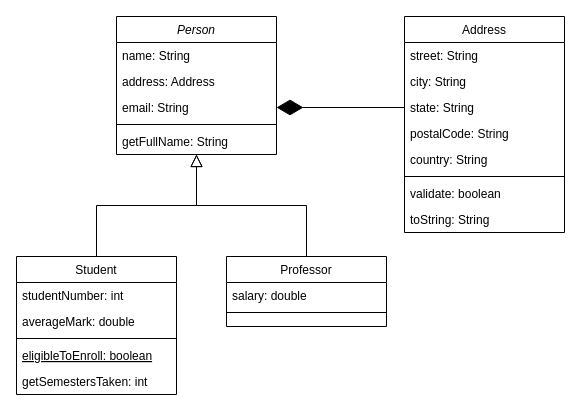
Earlier version of the draw.io diagram simple_class_diagram.drawio (JanitSri/JavaCodeGenerator). Source tidied: cells renumbered, new cells numbered last; positions are measured from the earlier drawing's top-left corner, leaving out a move shared by most shapes. Both pictures are drawn from the tidied source at 100%, with x=0, y=0 at pixel (16, 16).
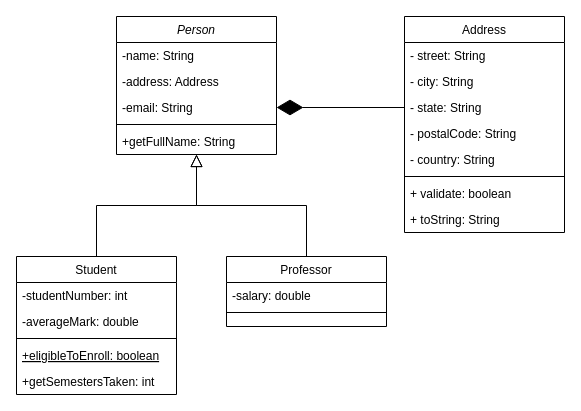
Above is the later version.

Commit message (it also covers changes not shown here):
added the syntax tree parser; class, properties and methods

Unchanged cells that the change refers to:
```xml
<mxCell id="2" value="Person" style="swimlane;fontStyle=2;align=center;verticalAlign=top;horizontal=1;startSize=26;rounded=0;shadow=0;strokeWidth=1;" parent="1" vertex="1">
  <mxGeometry x="100" width="160" height="138" as="geometry" />
</mxCell>
<mxCell id="8" value="Student" style="swimlane;fontStyle=0;align=center;verticalAlign=top;horizontal=1;startSize=26;rounded=0;shadow=0;strokeWidth=1;" parent="1" vertex="1">
  <mxGeometry y="240" width="160" height="138" as="geometry" />
</mxCell>
<mxCell id="15" value="Professor" style="swimlane;fontStyle=0;align=center;verticalAlign=top;horizontal=1;startSize=26;rounded=0;shadow=0;strokeWidth=1;" parent="1" vertex="1">
  <mxGeometry x="210" y="240" width="160" height="70" as="geometry" />
</mxCell>
<mxCell id="19" value="Address" style="swimlane;fontStyle=0;align=center;verticalAlign=top;horizontal=1;startSize=26;rounded=0;shadow=0;strokeWidth=1;" parent="1" vertex="1">
  <mxGeometry x="388" width="160" height="216" as="geometry" />
</mxCell>
```

Diff of the diagram source:
```diff
@@
-    <mxCell id="3" value="name: String" style="text;align=left;verticalAlign=top;spacingLeft=4;spacingRight=4;overflow=hidden;" parent="2" vertex="1">
+    <mxCell id="3" value="-name: String" style="text;align=left;verticalAlign=top;spacingLeft=4;spacingRight=4;overflow=hidden;" parent="2" vertex="1">
       <mxGeometry y="26" width="160" height="26" as="geometry" />
     </mxCell>
-    <mxCell id="4" value="address: Address" style="text;align=left;verticalAlign=top;spacingLeft=4;spacingRight=4;overflow=hidden;rounded=0;shadow=0;html=0;" parent="2" vertex="1">
+    <mxCell id="4" value="-address: Address" style="text;align=left;verticalAlign=top;spacingLeft=4;spacingRight=4;overflow=hidden;rounded=0;shadow=0;html=0;" parent="2" vertex="1">
       <mxGeometry y="52" width="160" height="26" as="geometry" />
     </mxCell>
-    <mxCell id="5" value="email: String" style="text;align=left;verticalAlign=top;spacingLeft=4;spacingRight=4;overflow=hidden;points=[[0,0.5],[1,0.5]];portConstraint=eastwest;rounded=0;shadow=0;html=0;" parent="2" vertex="1">
+    <mxCell id="5" value="-email: String" style="text;align=left;verticalAlign=top;spacingLeft=4;spacingRight=4;overflow=hidden;points=[[0,0.5],[1,0.5]];portConstraint=eastwest;rounded=0;shadow=0;html=0;" parent="2" vertex="1">
       <mxGeometry y="78" width="160" height="26" as="geometry" />
     </mxCell>
@@
-    <mxCell id="7" value="getFullName: String" style="text;align=left;verticalAlign=top;spacingLeft=4;spacingRight=4;overflow=hidden;" parent="2" vertex="1">
+    <mxCell id="7" value="+getFullName: String" style="text;align=left;verticalAlign=top;spacingLeft=4;spacingRight=4;overflow=hidden;" parent="2" vertex="1">
       <mxGeometry y="112" width="160" height="26" as="geometry" />
     </mxCell>
@@
-    <mxCell id="9" value="studentNumber: int" style="text;align=left;verticalAlign=top;spacingLeft=4;spacingRight=4;overflow=hidden;" parent="8" vertex="1">
+    <mxCell id="9" value="-studentNumber: int" style="text;align=left;verticalAlign=top;spacingLeft=4;spacingRight=4;overflow=hidden;" parent="8" vertex="1">
       <mxGeometry y="26" width="160" height="26" as="geometry" />
     </mxCell>
-    <mxCell id="10" value="averageMark: double" style="text;align=left;verticalAlign=top;spacingLeft=4;spacingRight=4;overflow=hidden;rounded=0;shadow=0;html=0;" parent="8" vertex="1">
+    <mxCell id="10" value="-averageMark: double" style="text;align=left;verticalAlign=top;spacingLeft=4;spacingRight=4;overflow=hidden;rounded=0;shadow=0;html=0;" parent="8" vertex="1">
       <mxGeometry y="52" width="160" height="26" as="geometry" />
     </mxCell>
@@
-    <mxCell id="12" value="eligibleToEnroll: boolean" style="text;align=left;verticalAlign=top;spacingLeft=4;spacingRight=4;overflow=hidden;fontStyle=4;" parent="8" vertex="1">
+    <mxCell id="12" value="+eligibleToEnroll: boolean" style="text;align=left;verticalAlign=top;spacingLeft=4;spacingRight=4;overflow=hidden;fontStyle=4;" parent="8" vertex="1">
       <mxGeometry y="86" width="160" height="26" as="geometry" />
     </mxCell>
-    <mxCell id="13" value="getSemestersTaken: int" style="text;align=left;verticalAlign=top;spacingLeft=4;spacingRight=4;overflow=hidden;" parent="8" vertex="1">
+    <mxCell id="13" value="+getSemestersTaken: int" style="text;align=left;verticalAlign=top;spacingLeft=4;spacingRight=4;overflow=hidden;" parent="8" vertex="1">
       <mxGeometry y="112" width="160" height="26" as="geometry" />
     </mxCell>
@@
-    <mxCell id="16" value="salary: double" style="text;align=left;verticalAlign=top;spacingLeft=4;spacingRight=4;overflow=hidden;" parent="15" vertex="1">
+    <mxCell id="16" value="-salary: double" style="text;align=left;verticalAlign=top;spacingLeft=4;spacingRight=4;overflow=hidden;" parent="15" vertex="1">
       <mxGeometry y="26" width="160" height="26" as="geometry" />
     </mxCell>
@@
-    <mxCell id="20" value="street: String" style="text;align=left;verticalAlign=top;spacingLeft=4;spacingRight=4;overflow=hidden;" parent="19" vertex="1">
+    <mxCell id="20" value="- street: String" style="text;align=left;verticalAlign=top;spacingLeft=4;spacingRight=4;overflow=hidden;" parent="19" vertex="1">
       <mxGeometry y="26" width="160" height="26" as="geometry" />
     </mxCell>
-    <mxCell id="21" value="city: String" style="text;align=left;verticalAlign=top;spacingLeft=4;spacingRight=4;overflow=hidden;rounded=0;shadow=0;html=0;" parent="19" vertex="1">
+    <mxCell id="21" value="- city: String" style="text;align=left;verticalAlign=top;spacingLeft=4;spacingRight=4;overflow=hidden;rounded=0;shadow=0;html=0;" parent="19" vertex="1">
       <mxGeometry y="52" width="160" height="26" as="geometry" />
     </mxCell>
-    <mxCell id="22" value="state: String" style="text;align=left;verticalAlign=top;spacingLeft=4;spacingRight=4;overflow=hidden;points=[[0,0.5],[1,0.5]];portConstraint=eastwest;rounded=0;shadow=0;html=0;" parent="19" vertex="1">
+    <mxCell id="22" value="- state: String" style="text;align=left;verticalAlign=top;spacingLeft=4;spacingRight=4;overflow=hidden;points=[[0,0.5],[1,0.5]];portConstraint=eastwest;rounded=0;shadow=0;html=0;" parent="19" vertex="1">
       <mxGeometry y="78" width="160" height="26" as="geometry" />
     </mxCell>
-    <mxCell id="23" value="postalCode: String" style="text;align=left;verticalAlign=top;spacingLeft=4;spacingRight=4;overflow=hidden;rounded=0;shadow=0;html=0;" parent="19" vertex="1">
+    <mxCell id="23" value="- postalCode: String" style="text;align=left;verticalAlign=top;spacingLeft=4;spacingRight=4;overflow=hidden;rounded=0;shadow=0;html=0;" parent="19" vertex="1">
       <mxGeometry y="104" width="160" height="26" as="geometry" />
     </mxCell>
-    <mxCell id="24" value="country: String" style="text;align=left;verticalAlign=top;spacingLeft=4;spacingRight=4;overflow=hidden;rounded=0;shadow=0;html=0;" parent="19" vertex="1">
+    <mxCell id="24" value="- country: String" style="text;align=left;verticalAlign=top;spacingLeft=4;spacingRight=4;overflow=hidden;rounded=0;shadow=0;html=0;" parent="19" vertex="1">
       <mxGeometry y="130" width="160" height="26" as="geometry" />
     </mxCell>
@@
-    <mxCell id="26" value="validate: boolean" style="text;align=left;verticalAlign=top;spacingLeft=4;spacingRight=4;overflow=hidden;" parent="19" vertex="1">
+    <mxCell id="26" value="+ validate: boolean" style="text;align=left;verticalAlign=top;spacingLeft=4;spacingRight=4;overflow=hidden;" parent="19" vertex="1">
       <mxGeometry y="164" width="160" height="26" as="geometry" />
     </mxCell>
-    <mxCell id="27" value="toString: String" style="text;align=left;verticalAlign=top;spacingLeft=4;spacingRight=4;overflow=hidden;" parent="19" vertex="1">
+    <mxCell id="27" value="+ toString: String" style="text;align=left;verticalAlign=top;spacingLeft=4;spacingRight=4;overflow=hidden;" parent="19" vertex="1">
       <mxGeometry y="190" width="160" height="26" as="geometry" />
     </mxCell>
```
